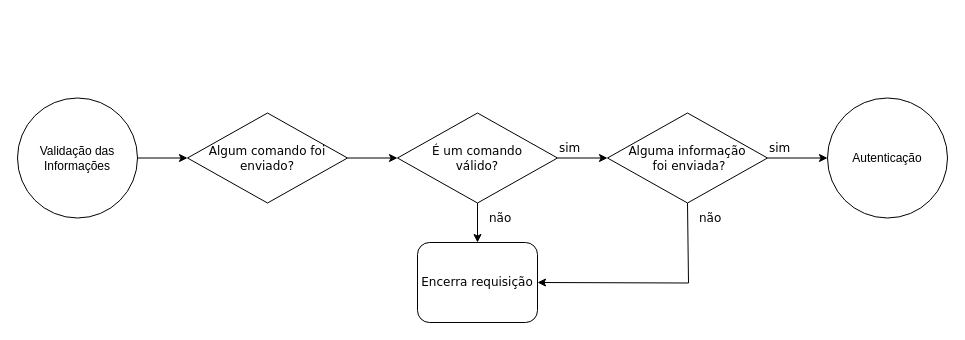
The draw.io diagram page "Validação" (2 of 5) of diagramas e imagens/http.drawio in rhulio/tcc, before the edit. Source tidied: cells renumbered, new cells numbered last; positions are measured from the earlier drawing's top-left corner, leaving out a move shared by most shapes. Both pictures are drawn from the tidied source at 100%, with x=0, y=0 at pixel (17, 98).
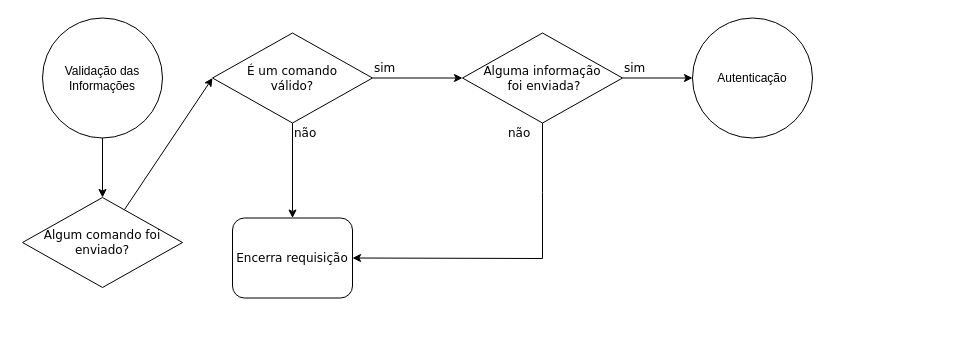
The same page after the edit.

Diff of the diagram source:
```diff
@@
 <mxGraphModel>
   <root>
     <mxCell id="0" />
     <mxCell id="1" parent="0" />
     <mxCell id="2" style="edgeStyle=none;rounded=0;jettySize=auto;html=1;endArrow=classic;endFill=1;strokeColor=#000000;" parent="1" edge="1" source="3" target="5">
       <mxGeometry relative="1" as="geometry" />
     </mxCell>
     <mxCell id="3" value="Validação das Informações" style="ellipse;whiteSpace=wrap;html=1;" parent="1" vertex="1">
-      <mxGeometry y="-0.5" width="120" height="120" as="geometry" />
+      <mxGeometry x="25" y="-80.5" width="120" height="120" as="geometry" />
     </mxCell>
-    <mxCell id="4" style="edgeStyle=none;rounded=0;jettySize=auto;html=1;endArrow=classic;endFill=1;strokeColor=#000000;" parent="1" edge="1" source="5" target="8">
+    <mxCell id="4" style="edgeStyle=none;rounded=0;jettySize=auto;html=1;endArrow=classic;endFill=1;strokeColor=#000000;entryX=0;entryY=0.5;entryDx=0;entryDy=0;" parent="1" edge="1" source="5" target="8">
       <mxGeometry relative="1" as="geometry" />
     </mxCell>
     <mxCell id="5" value="&lt;font face=&quot;Verdana&quot;&gt;Algum comando foi enviado?&lt;/font&gt;&lt;br&gt;" style="rhombus;whiteSpace=wrap;html=1;" parent="1" vertex="1">
-      <mxGeometry x="170" y="14.5" width="160" height="90" as="geometry" />
+      <mxGeometry x="5" y="99" width="160" height="90" as="geometry" />
     </mxCell>
     <mxCell id="6" style="edgeStyle=none;rounded=0;jettySize=auto;html=1;endArrow=classic;endFill=1;strokeColor=#000000;" parent="1" edge="1" source="8" target="9">
       <mxGeometry relative="1" as="geometry" />
     </mxCell>
     <mxCell id="7" style="edgeStyle=none;rounded=0;jettySize=auto;html=1;endArrow=classic;endFill=1;strokeColor=#000000;" parent="1" edge="1" source="8" target="15">
       <mxGeometry relative="1" as="geometry" />
     </mxCell>
     <mxCell id="8" value="&lt;font face=&quot;Verdana&quot;&gt;É um comando&lt;br&gt;válido?&lt;/font&gt;&lt;br&gt;" style="rhombus;whiteSpace=wrap;html=1;" parent="1" vertex="1">
-      <mxGeometry x="380" y="14.5" width="160" height="90" as="geometry" />
+      <mxGeometry x="195" y="-65.5" width="160" height="90" as="geometry" />
     </mxCell>
     <mxCell id="9" value="Encerra requisição&lt;br&gt;" style="rounded=1;whiteSpace=wrap;html=1;shadow=0;labelBackgroundColor=none;strokeColor=#000000;strokeWidth=1;fillColor=#ffffff;fontFamily=Verdana;fontSize=12;fontColor=#000000;align=center;" parent="1" vertex="1">
-      <mxGeometry x="400" y="144" width="120" height="80" as="geometry" />
+      <mxGeometry x="215" y="119.5" width="120" height="80" as="geometry" />
     </mxCell>
     <mxCell id="10" value="Autenticação" style="ellipse;whiteSpace=wrap;html=1;" parent="1" vertex="1">
-      <mxGeometry x="810" y="-0.5" width="120" height="120" as="geometry" />
+      <mxGeometry x="675" y="-80.5" width="120" height="120" as="geometry" />
     </mxCell>
     <mxCell id="11" value="&lt;font face=&quot;Verdana&quot;&gt;não&lt;/font&gt;" style="text;html=1;align=left;verticalAlign=top;spacingTop=-4;" parent="1" vertex="1">
-      <mxGeometry x="470" y="109.5" width="40" height="20" as="geometry" />
+      <mxGeometry x="275" y="24.5" width="40" height="20" as="geometry" />
     </mxCell>
     <mxCell id="12" value="&lt;font face=&quot;Verdana&quot;&gt;sim&lt;/font&gt;" style="text;html=1;align=left;verticalAlign=top;spacingTop=-4;" parent="1" vertex="1">
-      <mxGeometry x="540" y="39.5" width="40" height="20" as="geometry" />
+      <mxGeometry x="355" y="-40.5" width="40" height="20" as="geometry" />
     </mxCell>
     <mxCell id="13" style="edgeStyle=none;rounded=0;jettySize=auto;html=1;endArrow=classic;endFill=1;strokeColor=#000000;" parent="1" edge="1" source="15" target="10">
       <mxGeometry relative="1" as="geometry" />
     </mxCell>
     <mxCell id="14" style="edgeStyle=none;rounded=0;jettySize=auto;html=1;exitX=0.5;exitY=1;exitDx=0;exitDy=0;entryX=1;entryY=0.5;entryDx=0;entryDy=0;endArrow=classic;endFill=1;strokeColor=#000000;" parent="1" edge="1" source="15" target="9">
       <mxGeometry relative="1" as="geometry">
         <Array as="points">
-          <mxPoint x="671" y="184.5" />
+          <mxPoint x="525" y="94" />
+          <mxPoint x="525" y="160" />
         </Array>
       </mxGeometry>
     </mxCell>
     <mxCell id="15" value="&lt;font face=&quot;Verdana&quot;&gt;Alguma informação&lt;br&gt;&amp;nbsp;foi enviada?&lt;/font&gt;&lt;br&gt;" style="rhombus;whiteSpace=wrap;html=1;" parent="1" vertex="1">
-      <mxGeometry x="590" y="14.5" width="160" height="90" as="geometry" />
+      <mxGeometry x="445" y="-65.5" width="160" height="90" as="geometry" />
     </mxCell>
     <mxCell id="16" value="&lt;font face=&quot;Verdana&quot;&gt;sim&lt;/font&gt;" style="text;html=1;align=left;verticalAlign=top;spacingTop=-4;" parent="1" vertex="1">
-      <mxGeometry x="750" y="39.5" width="40" height="20" as="geometry" />
+      <mxGeometry x="605" y="-40.5" width="40" height="20" as="geometry" />
     </mxCell>
     <mxCell id="17" value="&lt;font face=&quot;Verdana&quot;&gt;não&lt;/font&gt;" style="text;html=1;align=left;verticalAlign=top;spacingTop=-4;" parent="1" vertex="1">
-      <mxGeometry x="680" y="109.5" width="40" height="20" as="geometry" />
+      <mxGeometry x="489" y="24.5" width="40" height="20" as="geometry" />
     </mxCell>
   </root>
 </mxGraphModel>
```
